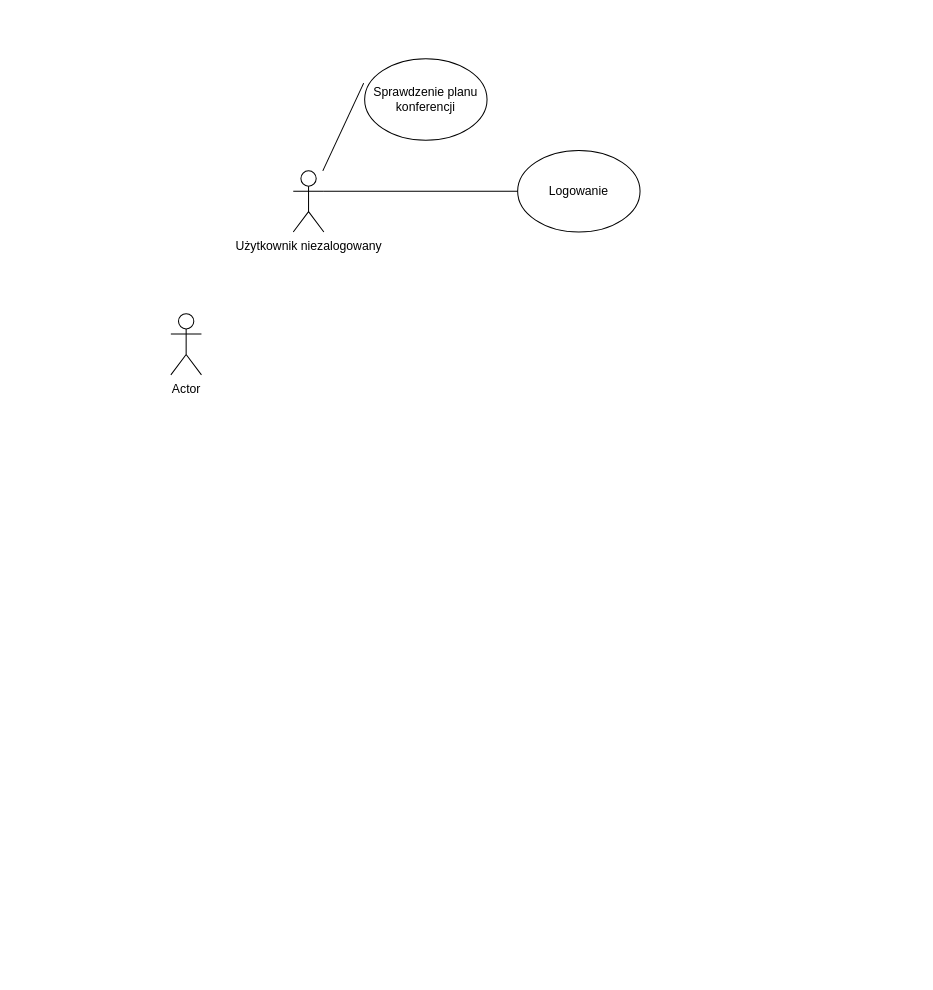
Above: Aipsi.drawio in my-memory-leaked/Smart-Home (draw.io), before the change. Source tidied: cells renumbered, new cells numbered last; positions are measured from the earlier drawing's top-left corner, leaving out a move shared by most shapes. Both pictures are drawn from the tidied source at 102%, with x=0, y=0 at pixel (170, 58).
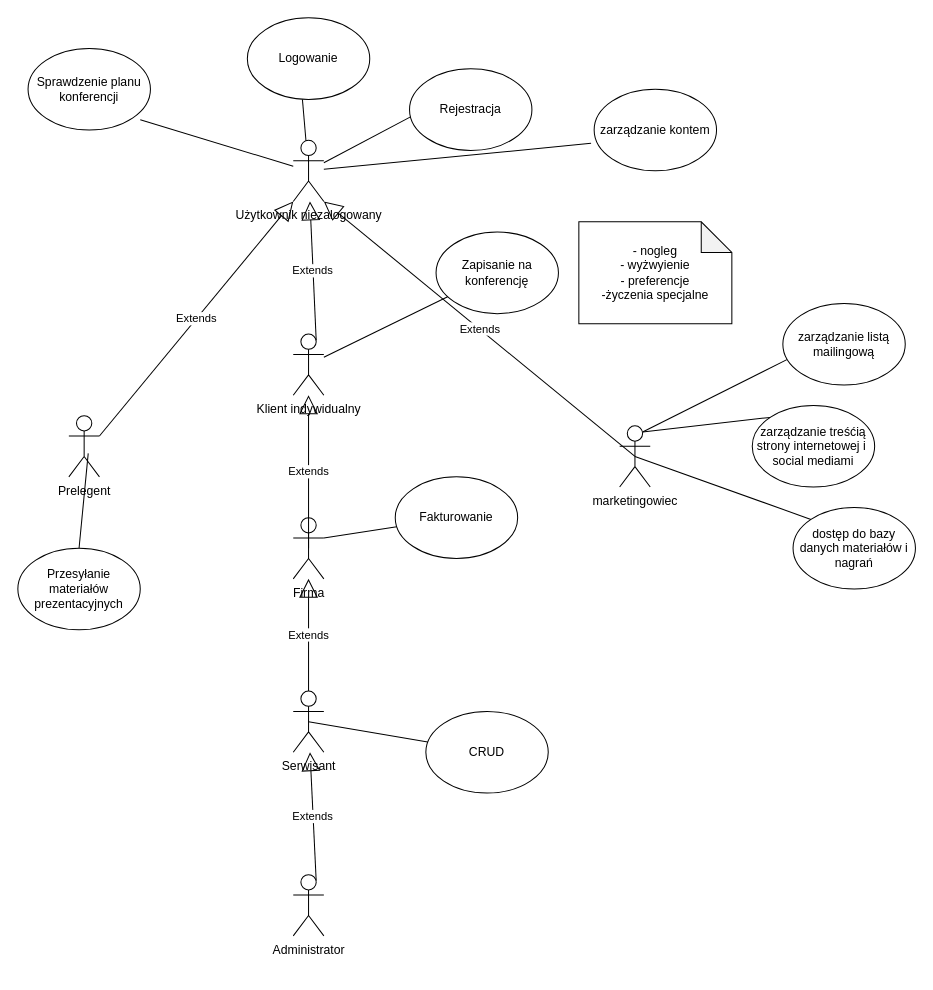
The same diagram, later.

Commit message:
uzyt zewnętrzni

The edit, as a diff of the source:
```diff
@@
     <mxCell id="2" value="Użytkownik niezalogowany&lt;div&gt;&lt;br&gt;&lt;/div&gt;" style="shape=umlActor;verticalLabelPosition=bottom;verticalAlign=top;html=1;outlineConnect=0;" parent="1" vertex="1">
-      <mxGeometry x="120" y="110" width="30" height="60" as="geometry" />
+      <mxGeometry x="120" y="80" width="30" height="60" as="geometry" />
     </mxCell>
-    <mxCell id="3" value="Actor" style="shape=umlActor;verticalLabelPosition=bottom;verticalAlign=top;html=1;outlineConnect=0;" parent="1" vertex="1">
-      <mxGeometry y="250" width="30" height="60" as="geometry" />
+    <mxCell id="3" value="Klient indywidualny&lt;div&gt;&lt;br&gt;&lt;/div&gt;" style="shape=umlActor;verticalLabelPosition=bottom;verticalAlign=top;html=1;outlineConnect=0;" parent="1" vertex="1">
+      <mxGeometry x="120" y="270" width="30" height="60" as="geometry" />
     </mxCell>
     <mxCell id="4" value="Logowanie" style="ellipse;whiteSpace=wrap;html=1;" parent="1" vertex="1">
-      <mxGeometry x="340" y="90" width="120" height="80" as="geometry" />
+      <mxGeometry x="75" y="-40" width="120" height="80" as="geometry" />
     </mxCell>
-    <mxCell id="5" style="endArrow=none;html=1;rounded=0;entryX=0;entryY=0.5;entryDx=0;entryDy=0;exitX=1;exitY=0.3333333333333333;exitDx=0;exitDy=0;exitPerimeter=0;" parent="1" edge="1" source="2" target="4">
+    <mxCell id="5" style="endArrow=none;html=1;rounded=0;entryX=0.45;entryY=1;entryDx=0;entryDy=0;entryPerimeter=0;" parent="1" edge="1" source="2" target="4">
       <mxGeometry relative="1" as="geometry" />
     </mxCell>
     <mxCell id="6" value="Sprawdzenie planu konferencji" style="ellipse;whiteSpace=wrap;html=1;" parent="1" vertex="1">
-      <mxGeometry x="190" width="120" height="80" as="geometry" />
+      <mxGeometry x="-140" y="-10" width="120" height="80" as="geometry" />
     </mxCell>
-    <mxCell id="7" style="endArrow=none;html=1;rounded=0;entryX=-0.008;entryY=0.3;entryDx=0;entryDy=0;entryPerimeter=0;" parent="1" edge="1" source="2" target="6">
+    <mxCell id="7" style="endArrow=none;html=1;rounded=0;entryX=0.917;entryY=0.875;entryDx=0;entryDy=0;entryPerimeter=0;" parent="1" edge="1" source="2" target="6">
       <mxGeometry relative="1" as="geometry" />
     </mxCell>
+    <mxCell id="8" value="Rejestracja" style="ellipse;whiteSpace=wrap;html=1;" parent="1" vertex="1">
+      <mxGeometry x="234" y="10" width="120" height="80" as="geometry" />
+    </mxCell>
+    <mxCell id="9" style="endArrow=none;html=1;rounded=0;entryX=0.008;entryY=0.588;entryDx=0;entryDy=0;entryPerimeter=0;" parent="1" edge="1" source="2" target="8">
+      <mxGeometry relative="1" as="geometry" />
+    </mxCell>
+    <mxCell id="10" value="Extends" style="endArrow=block;endSize=16;endFill=0;html=1;rounded=0;exitX=0.75;exitY=0.1;exitDx=0;exitDy=0;exitPerimeter=0;" parent="1" edge="1" source="3" target="2">
+      <mxGeometry relative="1" as="geometry" />
+    </mxCell>
+    <mxCell id="11" value="Zapisanie na konferencję" style="ellipse;whiteSpace=wrap;html=1;" parent="1" vertex="1">
+      <mxGeometry x="260" y="170" width="120" height="80" as="geometry" />
+    </mxCell>
+    <mxCell id="12" style="endArrow=none;html=1;rounded=0;" parent="1" edge="1" source="11" target="3">
+      <mxGeometry relative="1" as="geometry" />
+    </mxCell>
+    <mxCell id="13" value="&lt;div&gt;Firma&lt;/div&gt;" style="shape=umlActor;verticalLabelPosition=bottom;verticalAlign=top;html=1;outlineConnect=0;" parent="1" vertex="1">
+      <mxGeometry x="120" y="450" width="30" height="60" as="geometry" />
+    </mxCell>
+    <mxCell id="14" value="Fakturowanie" style="ellipse;whiteSpace=wrap;html=1;" parent="1" vertex="1">
+      <mxGeometry x="220" y="410" width="120" height="80" as="geometry" />
+    </mxCell>
+    <mxCell id="15" value="&lt;div&gt;Prelegent&lt;/div&gt;" style="shape=umlActor;verticalLabelPosition=bottom;verticalAlign=top;html=1;outlineConnect=0;" parent="1" vertex="1">
+      <mxGeometry x="-100" y="350" width="30" height="60" as="geometry" />
+    </mxCell>
+    <mxCell id="16" value="Extends" style="endArrow=block;endSize=16;endFill=0;html=1;rounded=0;exitX=0.5;exitY=0.5;exitDx=0;exitDy=0;exitPerimeter=0;" parent="1" edge="1" source="13" target="3">
+      <mxGeometry relative="1" as="geometry" />
+    </mxCell>
+    <mxCell id="17" style="endArrow=none;html=1;rounded=0;exitX=1;exitY=0.3333333333333333;exitDx=0;exitDy=0;exitPerimeter=0;" parent="1" edge="1" source="13" target="14">
+      <mxGeometry relative="1" as="geometry" />
+    </mxCell>
+    <mxCell id="18" value="- nogleg&lt;div&gt;- wyżwyienie&lt;/div&gt;&lt;div&gt;- preferencje&lt;/div&gt;&lt;div&gt;-życzenia specjalne&lt;/div&gt;" style="shape=note;whiteSpace=wrap;html=1;backgroundOutline=1;darkOpacity=0.05;" parent="1" vertex="1">
+      <mxGeometry x="400" y="160" width="150" height="100" as="geometry" />
+    </mxCell>
+    <mxCell id="19" value="zarządzanie kontem" style="ellipse;whiteSpace=wrap;html=1;" parent="1" vertex="1">
+      <mxGeometry x="415" y="30" width="120" height="80" as="geometry" />
+    </mxCell>
+    <mxCell id="20" style="endArrow=none;html=1;rounded=0;entryX=-0.025;entryY=0.663;entryDx=0;entryDy=0;entryPerimeter=0;" parent="1" edge="1" source="2" target="19">
+      <mxGeometry relative="1" as="geometry" />
+    </mxCell>
+    <mxCell id="21" value="Serwisant" style="shape=umlActor;verticalLabelPosition=bottom;verticalAlign=top;html=1;outlineConnect=0;" parent="1" vertex="1">
+      <mxGeometry x="120" y="620" width="30" height="60" as="geometry" />
+    </mxCell>
+    <mxCell id="22" value="Administrator&lt;div&gt;&lt;br&gt;&lt;/div&gt;" style="shape=umlActor;verticalLabelPosition=bottom;verticalAlign=top;html=1;outlineConnect=0;" parent="1" vertex="1">
+      <mxGeometry x="120" y="800" width="30" height="60" as="geometry" />
+    </mxCell>
+    <mxCell id="23" value="Extends" style="endArrow=block;endSize=16;endFill=0;html=1;rounded=0;exitX=0.75;exitY=0.1;exitDx=0;exitDy=0;exitPerimeter=0;" parent="1" edge="1" source="22" target="21">
+      <mxGeometry relative="1" as="geometry" />
+    </mxCell>
+    <mxCell id="24" value="Extends" style="endArrow=block;endSize=16;endFill=0;html=1;rounded=0;" parent="1" edge="1" source="21" target="13">
+      <mxGeometry relative="1" as="geometry" />
+    </mxCell>
+    <mxCell id="25" value="CRUD" style="ellipse;whiteSpace=wrap;html=1;" parent="1" vertex="1">
+      <mxGeometry x="250" y="640" width="120" height="80" as="geometry" />
+    </mxCell>
+    <mxCell id="26" style="endArrow=none;html=1;rounded=0;exitX=0.5;exitY=0.5;exitDx=0;exitDy=0;exitPerimeter=0;" parent="1" edge="1" source="21" target="25">
+      <mxGeometry relative="1" as="geometry" />
+    </mxCell>
+    <mxCell id="27" value="Przesyłanie materiałów prezentacyjnych" style="ellipse;whiteSpace=wrap;html=1;" parent="1" vertex="1">
+      <mxGeometry x="-150" y="480" width="120" height="80" as="geometry" />
+    </mxCell>
+    <mxCell id="28" value="Extends" style="endArrow=block;endSize=16;endFill=0;html=1;rounded=0;exitX=1;exitY=0.3333333333333333;exitDx=0;exitDy=0;exitPerimeter=0;entryX=0;entryY=1;entryDx=0;entryDy=0;entryPerimeter=0;" parent="1" edge="1" source="15" target="2">
+      <mxGeometry relative="1" as="geometry" />
+    </mxCell>
+    <mxCell id="29" style="endArrow=none;html=1;rounded=0;entryX=0.633;entryY=0.617;entryDx=0;entryDy=0;entryPerimeter=0;exitX=0.5;exitY=0;exitDx=0;exitDy=0;" parent="1" edge="1" source="27" target="15">
+      <mxGeometry relative="1" as="geometry" />
+    </mxCell>
+    <mxCell id="30" value="marketingowiec" style="shape=umlActor;verticalLabelPosition=bottom;verticalAlign=top;html=1;outlineConnect=0;" parent="1" vertex="1">
+      <mxGeometry x="440" y="360" width="30" height="60" as="geometry" />
+    </mxCell>
+    <mxCell id="31" value="Extends" style="endArrow=block;endSize=16;endFill=0;html=1;rounded=0;entryX=1;entryY=1;entryDx=0;entryDy=0;entryPerimeter=0;exitX=0.5;exitY=0.5;exitDx=0;exitDy=0;exitPerimeter=0;" parent="1" edge="1" source="30" target="2">
+      <mxGeometry relative="1" as="geometry" />
+    </mxCell>
+    <mxCell id="32" value="zarządzanie treśćią strony internetowej i&amp;nbsp; social mediami" style="ellipse;whiteSpace=wrap;html=1;" parent="1" vertex="1">
+      <mxGeometry x="570" y="340" width="120" height="80" as="geometry" />
+    </mxCell>
+    <mxCell id="33" style="endArrow=none;html=1;rounded=0;exitX=0.75;exitY=0.1;exitDx=0;exitDy=0;exitPerimeter=0;entryX=0;entryY=0;entryDx=0;entryDy=0;" parent="1" edge="1" source="30" target="32">
+      <mxGeometry relative="1" as="geometry" />
+    </mxCell>
+    <mxCell id="34" value="dostęp do bazy danych materiałów i nagrań" style="ellipse;whiteSpace=wrap;html=1;" parent="1" vertex="1">
+      <mxGeometry x="610" y="440" width="120" height="80" as="geometry" />
+    </mxCell>
+    <mxCell id="35" style="endArrow=none;html=1;rounded=0;exitX=0.5;exitY=0.5;exitDx=0;exitDy=0;exitPerimeter=0;entryX=0;entryY=0;entryDx=0;entryDy=0;" parent="1" edge="1" source="30" target="34">
+      <mxGeometry relative="1" as="geometry" />
+    </mxCell>
+    <mxCell id="36" value="zarządzanie listą mailingową" style="ellipse;whiteSpace=wrap;html=1;" parent="1" vertex="1">
+      <mxGeometry x="600" y="240" width="120" height="80" as="geometry" />
+    </mxCell>
+    <mxCell id="37" style="endArrow=none;html=1;rounded=0;entryX=0.033;entryY=0.688;entryDx=0;entryDy=0;entryPerimeter=0;exitX=0.75;exitY=0.1;exitDx=0;exitDy=0;exitPerimeter=0;" parent="1" edge="1" source="30" target="36">
+      <mxGeometry relative="1" as="geometry" />
+    </mxCell>
```
